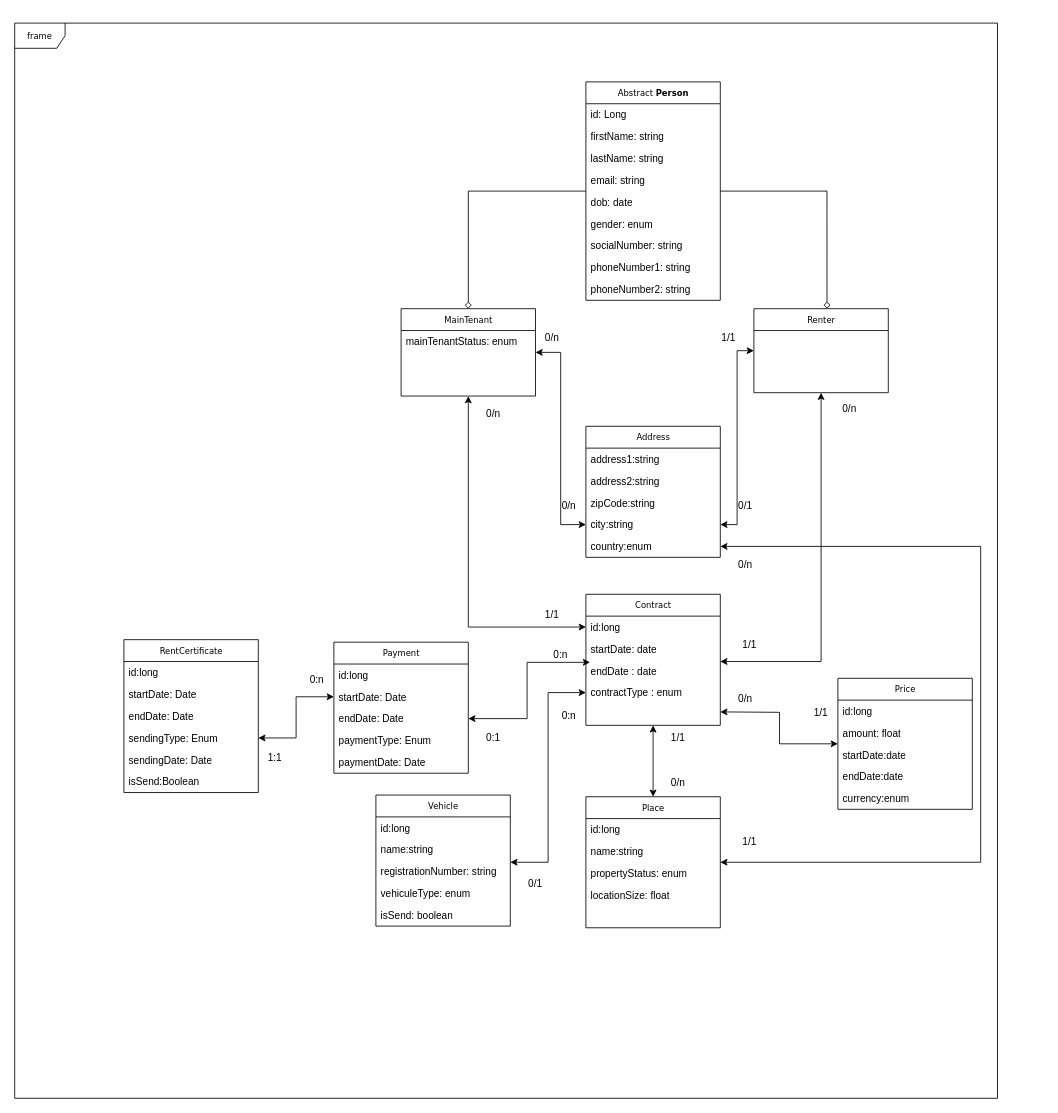
This is conception/class diagram.drawio from chrystlll/rentalProject_back, a draw.io file, before an edit. Source tidied: cells renumbered, new cells numbered last; positions are measured from the earlier drawing's top-left corner, leaving out a move shared by most shapes. Both pictures are drawn from the tidied source at 84%, with x=0, y=0 at pixel (14, 23).
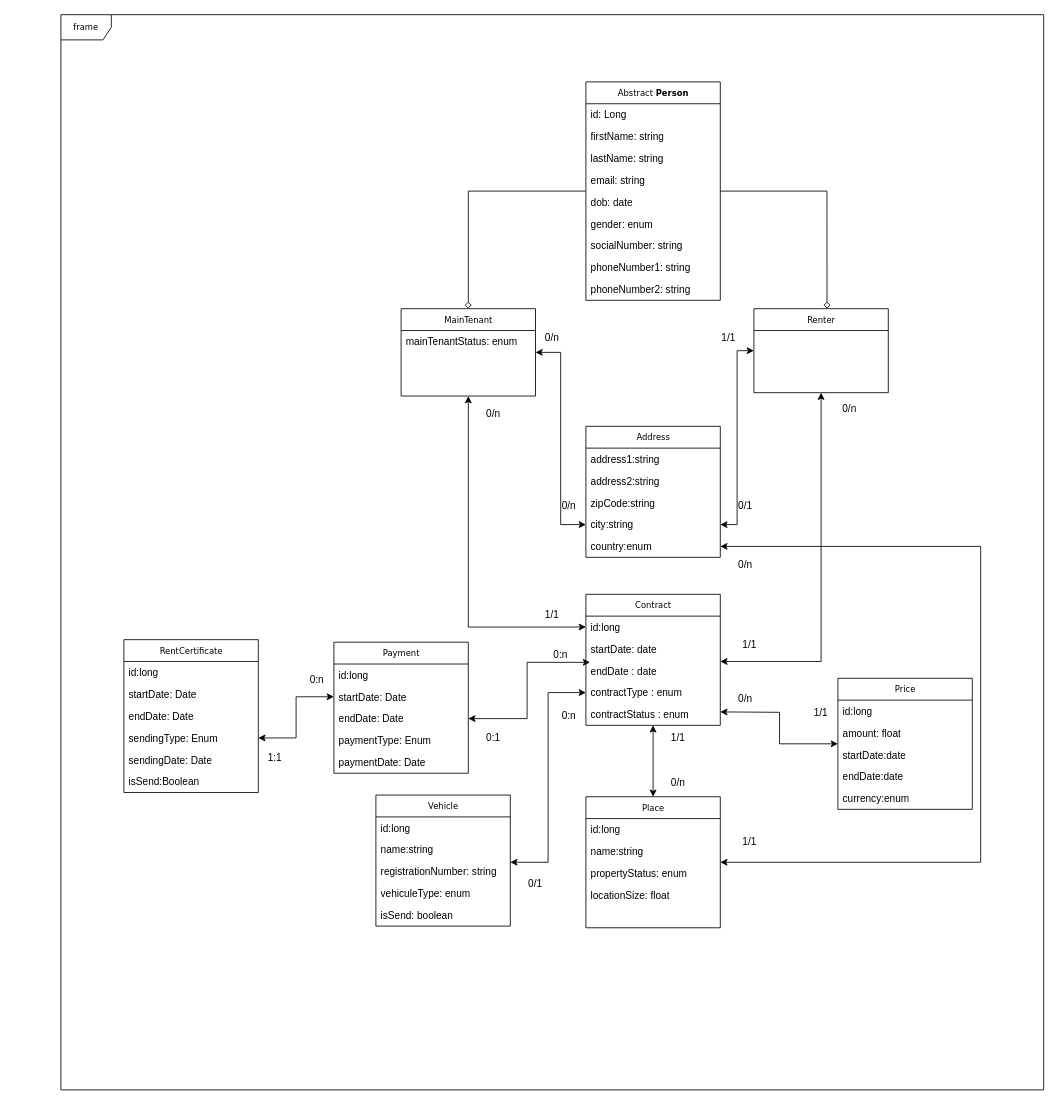
Above is the later version.

Unchanged cells that the change refers to:
```xml
<mxCell id="33" value="Contract" style="swimlane;html=1;fontStyle=0;horizontal=1;startSize=26;fillColor=none;swimlaneFillColor=#ffffff;rounded=0;shadow=0;comic=0;labelBackgroundColor=none;strokeWidth=1;fontFamily=Verdana;fontSize=10;align=center;" parent="1" vertex="1">
  <mxGeometry x="680" y="680" width="160" height="156" as="geometry" />
</mxCell>
```

Change to the diagram source:
```diff
@@
     <mxCell id="2" value="frame" style="shape=umlFrame;whiteSpace=wrap;html=1;rounded=0;shadow=0;comic=0;labelBackgroundColor=none;strokeWidth=1;fontFamily=Verdana;fontSize=10;align=center;" parent="1" vertex="1">
-      <mxGeometry width="1170" height="1280" as="geometry" />
+      <mxGeometry x="55" y="-10" width="1170" height="1280" as="geometry" />
     </mxCell>
@@
+    <mxCell id="89" value="contractStatus : enum" style="text;html=1;strokeColor=none;fillColor=none;align=left;verticalAlign=top;spacingLeft=4;spacingRight=4;whiteSpace=wrap;overflow=hidden;" parent="33" vertex="1">
+      <mxGeometry y="130" width="160" height="26" as="geometry" />
+    </mxCell>
```
